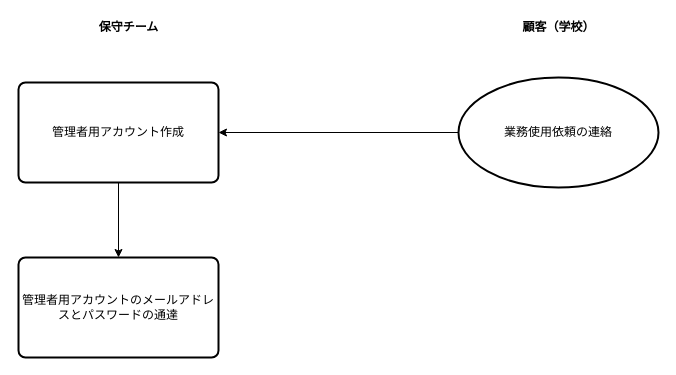
Above: page "管理者ユーザーの追加" (2 of 18) of documents/JHM-2023_ER.drawio in cntn-jr/JHM-2023 (draw.io), before the change. Source tidied: cells renumbered, new cells numbered last; positions are measured from the earlier drawing's top-left corner, leaving out a move shared by most shapes. Both pictures are drawn from the tidied source at 100%, with x=0, y=0 at pixel (18, 17).
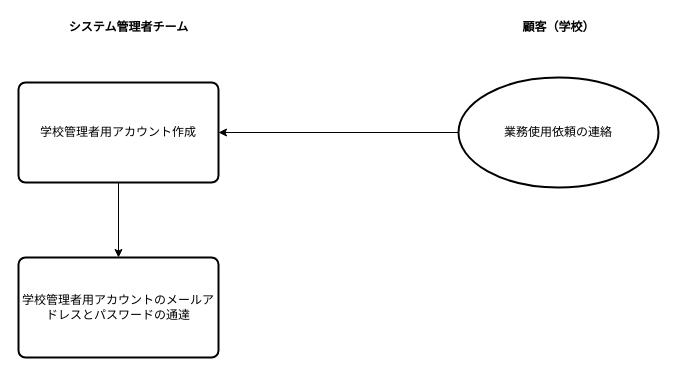
Above is the later version.

The edit, as a diff of the source:
```diff
@@
 <mxGraphModel>
   <root>
     <mxCell id="0" />
     <mxCell id="1" parent="0" />
     <mxCell id="2" style="edgeStyle=orthogonalEdgeStyle;rounded=0;jettySize=auto;html=1;entryX=1;entryY=0.5;entryDx=0;entryDy=0;" parent="1" edge="1" source="3" target="7">
       <mxGeometry relative="1" as="geometry" />
     </mxCell>
     <mxCell id="3" value="業務使用依頼の連絡" style="strokeWidth=2;html=1;shape=mxgraph.flowchart.start_1;whiteSpace=wrap;" parent="1" vertex="1">
       <mxGeometry x="440" y="60" width="200" height="110" as="geometry" />
     </mxCell>
-    <mxCell id="4" value="&lt;b&gt;保守チーム&lt;/b&gt;" style="text;html=1;align=center;verticalAlign=middle;strokeColor=none;fillColor=none;" parent="1" vertex="1">
-      <mxGeometry x="70" width="80" height="20" as="geometry" />
+    <mxCell id="4" value="&lt;b&gt;システム管理者チーム&lt;/b&gt;" style="text;html=1;align=center;verticalAlign=middle;strokeColor=none;fillColor=none;" parent="1" vertex="1">
+      <mxGeometry x="45" width="130" height="20" as="geometry" />
     </mxCell>
     <mxCell id="5" value="&lt;b&gt;顧客（学校）&lt;/b&gt;" style="text;html=1;align=center;verticalAlign=middle;strokeColor=none;fillColor=none;" parent="1" vertex="1">
       <mxGeometry x="495" width="90" height="20" as="geometry" />
     </mxCell>
     <mxCell id="6" style="edgeStyle=orthogonalEdgeStyle;rounded=0;jettySize=auto;html=1;" parent="1" edge="1" source="7" target="8">
       <mxGeometry relative="1" as="geometry" />
     </mxCell>
-    <mxCell id="7" value="管理者用アカウント作成" style="rounded=1;whiteSpace=wrap;html=1;absoluteArcSize=1;arcSize=14;strokeWidth=2;" parent="1" vertex="1">
+    <mxCell id="7" value="学校管理者用アカウント作成" style="rounded=1;whiteSpace=wrap;html=1;absoluteArcSize=1;arcSize=14;strokeWidth=2;" parent="1" vertex="1">
       <mxGeometry y="65" width="200" height="100" as="geometry" />
     </mxCell>
-    <mxCell id="8" value="管理者用アカウントのメールアドレスとパスワードの通達" style="rounded=1;whiteSpace=wrap;html=1;absoluteArcSize=1;arcSize=14;strokeWidth=2;" parent="1" vertex="1">
+    <mxCell id="8" value="学校管理者用アカウントのメールアドレスとパスワードの通達" style="rounded=1;whiteSpace=wrap;html=1;absoluteArcSize=1;arcSize=14;strokeWidth=2;" parent="1" vertex="1">
       <mxGeometry y="240" width="200" height="100" as="geometry" />
     </mxCell>
   </root>
 </mxGraphModel>
```
